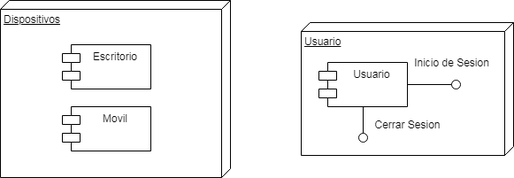
GuillermoSoria97/Analisis_Avanzado_de_Software keeps this draw.io diagram as Diagramas/D.Dis.drawio.png. Above is the earlier version. Source tidied: cells renumbered, new cells last; positions are measured from the earlier drawing's top-left corner, leaving out a move shared by most shapes.
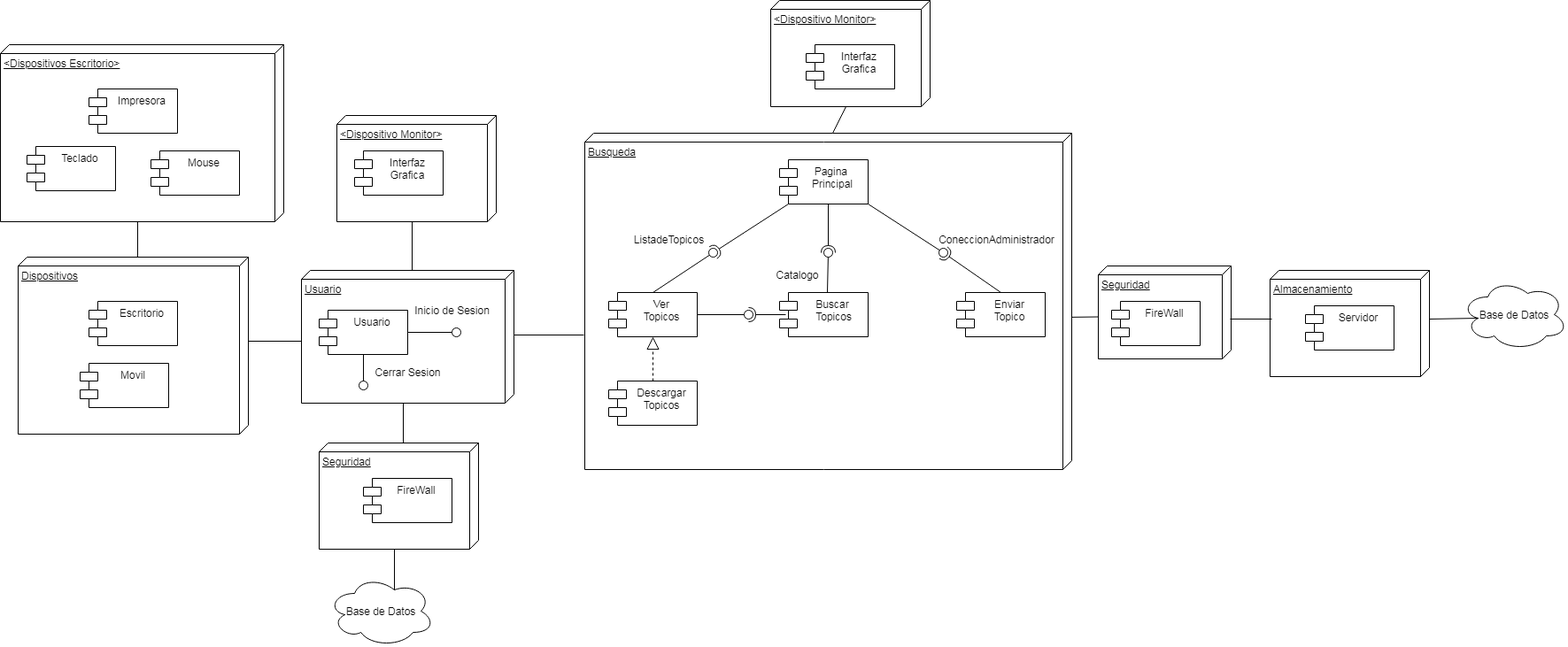
After the commit.

The edit, as a diff of the source:
```diff
@@ -3,7 +3,7 @@
     <mxCell id="0" />
     <mxCell id="1" parent="0" />
     <mxCell id="2" value="Dispositivos" style="verticalAlign=top;align=left;spacingTop=8;spacingLeft=2;spacingRight=12;shape=cube;size=10;direction=south;fontStyle=4;html=1;" parent="1" vertex="1">
-      <mxGeometry width="260" height="200" as="geometry" />
+      <mxGeometry x="20" y="10" width="260" height="200" as="geometry" />
     </mxCell>
     <mxCell id="3" value="Usuario" style="verticalAlign=top;align=left;spacingTop=8;spacingLeft=2;spacingRight=12;shape=cube;size=10;direction=south;fontStyle=4;html=1;" parent="1" vertex="1">
       <mxGeometry x="340" y="25" width="240" height="150" as="geometry" />
@@ -12,10 +12,10 @@
       <mxGeometry x="360" y="70" width="100" height="50" as="geometry" />
     </mxCell>
     <mxCell id="5" value="Escritorio" style="shape=module;align=left;spacingLeft=20;align=center;verticalAlign=top;" parent="1" vertex="1">
-      <mxGeometry x="70" y="50" width="100" height="50" as="geometry" />
+      <mxGeometry x="100" y="60" width="100" height="50" as="geometry" />
     </mxCell>
     <mxCell id="6" value="Movil" style="shape=module;align=left;spacingLeft=20;align=center;verticalAlign=top;" parent="1" vertex="1">
-      <mxGeometry x="70" y="120" width="100" height="50" as="geometry" />
+      <mxGeometry x="90" y="130" width="100" height="50" as="geometry" />
     </mxCell>
     <mxCell id="7" style="rounded=0;jettySize=auto;html=1;endArrow=none;endFill=0;exitX=1;exitY=0.5;exitDx=0;exitDy=0;" parent="1" edge="1" source="4" target="8">
       <mxGeometry relative="1" as="geometry" />
@@ -35,5 +35,153 @@
     <mxCell id="12" value="Cerrar Sesion" style="text;html=1;align=center;verticalAlign=middle;" parent="1" vertex="1">
       <mxGeometry x="415" y="130" width="90" height="20" as="geometry" />
     </mxCell>
+    <mxCell id="13" value="&amp;lt;Dispositivo Monitor&amp;gt;" style="verticalAlign=top;align=left;spacingTop=8;spacingLeft=2;spacingRight=12;shape=cube;size=10;direction=south;fontStyle=4;html=1;" parent="1" vertex="1">
+      <mxGeometry x="380" y="-150" width="180" height="120" as="geometry" />
+    </mxCell>
+    <mxCell id="14" value="Interfaz &#10;Grafica" style="shape=module;align=left;spacingLeft=20;align=center;verticalAlign=top;" parent="1" vertex="1">
+      <mxGeometry x="400" y="-110" width="100" height="50" as="geometry" />
+    </mxCell>
+    <mxCell id="15" style="endArrow=none;html=1;exitX=0;exitY=0;exitDx=0;exitDy=115;exitPerimeter=0;entryX=0;entryY=0;entryDx=120;entryDy=95;entryPerimeter=0;" parent="1" edge="1" source="3" target="13">
+      <mxGeometry relative="1" as="geometry" />
+    </mxCell>
+    <mxCell id="16" style="endArrow=none;html=1;exitX=0;exitY=0;exitDx=95;exitDy=0;exitPerimeter=0;entryX=0;entryY=0;entryDx=80;entryDy=240;entryPerimeter=0;" parent="1" edge="1" source="2" target="3">
+      <mxGeometry relative="1" as="geometry" />
+    </mxCell>
+    <mxCell id="17" value="Busqueda" style="verticalAlign=top;align=left;spacingTop=8;spacingLeft=2;spacingRight=12;shape=cube;size=10;direction=south;fontStyle=4;html=1;" parent="1" vertex="1">
+      <mxGeometry x="660" y="-130" width="550" height="380" as="geometry" />
+    </mxCell>
+    <mxCell id="18" value="Pagina &#10;Principal" style="shape=module;align=left;spacingLeft=20;align=center;verticalAlign=top;" parent="1" vertex="1">
+      <mxGeometry x="880" y="-100" width="100" height="50" as="geometry" />
+    </mxCell>
+    <mxCell id="19" value="Buscar&#10; Topicos" style="shape=module;align=left;spacingLeft=20;align=center;verticalAlign=top;" parent="1" vertex="1">
+      <mxGeometry x="880" y="50" width="100" height="50" as="geometry" />
+    </mxCell>
+    <mxCell id="20" value="Ver&#10;Topicos" style="shape=module;align=left;spacingLeft=20;align=center;verticalAlign=top;" parent="1" vertex="1">
+      <mxGeometry x="687" y="50" width="100" height="50" as="geometry" />
+    </mxCell>
+    <mxCell id="21" value="Enviar&#10;Topico" style="shape=module;align=left;spacingLeft=20;align=center;verticalAlign=top;" parent="1" vertex="1">
+      <mxGeometry x="1080" y="50" width="100" height="50" as="geometry" />
+    </mxCell>
+    <mxCell id="22" value="Descargar&#10;Topicos" style="shape=module;align=left;spacingLeft=20;align=center;verticalAlign=top;" parent="1" vertex="1">
+      <mxGeometry x="687" y="150" width="100" height="50" as="geometry" />
+    </mxCell>
+    <mxCell id="23" style="endArrow=block;dashed=1;endFill=0;endSize=12;html=1;exitX=0.5;exitY=0;exitDx=0;exitDy=0;entryX=0.5;entryY=1;entryDx=0;entryDy=0;" parent="1" edge="1" source="22" target="20">
+      <mxGeometry relative="1" as="geometry" />
+    </mxCell>
+    <mxCell id="24" style="rounded=0;jettySize=auto;html=1;endArrow=none;endFill=0;exitX=0.5;exitY=0;exitDx=0;exitDy=0;" parent="1" edge="1" source="20" target="26">
+      <mxGeometry relative="1" as="geometry" />
+    </mxCell>
+    <mxCell id="25" style="rounded=0;jettySize=auto;html=1;endArrow=halfCircle;endFill=0;entryX=0.5;entryY=0.5;entryDx=0;entryDy=0;endSize=6;strokeWidth=1;exitX=0;exitY=1;exitDx=10;exitDy=0;exitPerimeter=0;" parent="1" edge="1" source="18" target="26">
+      <mxGeometry relative="1" as="geometry" />
+    </mxCell>
+    <mxCell id="26" style="ellipse;whiteSpace=wrap;html=1;fontFamily=Helvetica;fontSize=12;fontColor=#000000;align=center;strokeColor=#000000;fillColor=#ffffff;points=[];" parent="1" vertex="1">
+      <mxGeometry x="800" width="10" height="10" as="geometry" />
+    </mxCell>
+    <mxCell id="27" style="rounded=0;jettySize=auto;html=1;endArrow=none;endFill=0;" parent="1" edge="1" target="29">
+      <mxGeometry relative="1" as="geometry">
+        <mxPoint x="934" y="50" as="sourcePoint" />
+      </mxGeometry>
+    </mxCell>
+    <mxCell id="28" style="rounded=0;jettySize=auto;html=1;endArrow=halfCircle;endFill=0;entryX=0.5;entryY=0.5;entryDx=0;entryDy=0;endSize=6;strokeWidth=1;exitX=0.55;exitY=1;exitDx=0;exitDy=0;exitPerimeter=0;" parent="1" edge="1" source="18" target="29">
+      <mxGeometry relative="1" as="geometry" />
+    </mxCell>
+    <mxCell id="29" style="ellipse;whiteSpace=wrap;html=1;fontFamily=Helvetica;fontSize=12;fontColor=#000000;align=center;strokeColor=#000000;fillColor=#ffffff;points=[];" parent="1" vertex="1">
+      <mxGeometry x="930" width="10" height="10" as="geometry" />
+    </mxCell>
+    <mxCell id="30" style="rounded=0;jettySize=auto;html=1;endArrow=none;endFill=0;exitX=1;exitY=1;exitDx=0;exitDy=0;" parent="1" edge="1" source="18" target="32">
+      <mxGeometry relative="1" as="geometry" />
+    </mxCell>
+    <mxCell id="31" style="rounded=0;jettySize=auto;html=1;endArrow=halfCircle;endFill=0;entryX=0.5;entryY=0.5;entryDx=0;entryDy=0;endSize=6;strokeWidth=1;exitX=0.5;exitY=0;exitDx=0;exitDy=0;" parent="1" edge="1" source="21" target="32">
+      <mxGeometry relative="1" as="geometry" />
+    </mxCell>
+    <mxCell id="32" style="ellipse;whiteSpace=wrap;html=1;fontFamily=Helvetica;fontSize=12;fontColor=#000000;align=center;strokeColor=#000000;fillColor=#ffffff;points=[];" parent="1" vertex="1">
+      <mxGeometry x="1060" width="10" height="10" as="geometry" />
+    </mxCell>
+    <mxCell id="33" value="ConeccionAdministrador" style="text;html=1;align=center;verticalAlign=middle;" parent="1" vertex="1">
+      <mxGeometry x="1050" y="-20" width="150" height="20" as="geometry" />
+    </mxCell>
+    <mxCell id="34" value="Catalogo" style="text;html=1;align=center;verticalAlign=middle;" parent="1" vertex="1">
+      <mxGeometry x="870" y="20" width="60" height="20" as="geometry" />
+    </mxCell>
+    <mxCell id="35" value="ListadeTopicos" style="text;html=1;align=center;verticalAlign=middle;" parent="1" vertex="1">
+      <mxGeometry x="710" y="-20" width="90" height="20" as="geometry" />
+    </mxCell>
+    <mxCell id="36" style="rounded=0;jettySize=auto;html=1;endArrow=none;endFill=0;exitX=1;exitY=0.5;exitDx=0;exitDy=0;" parent="1" edge="1" source="20" target="38">
+      <mxGeometry relative="1" as="geometry" />
+    </mxCell>
+    <mxCell id="37" style="rounded=0;jettySize=auto;html=1;endArrow=halfCircle;endFill=0;entryX=0.5;entryY=0.5;entryDx=0;entryDy=0;endSize=6;strokeWidth=1;exitX=0.07;exitY=0.5;exitDx=0;exitDy=0;exitPerimeter=0;" parent="1" edge="1" source="19" target="38">
+      <mxGeometry relative="1" as="geometry" />
+    </mxCell>
+    <mxCell id="38" style="ellipse;whiteSpace=wrap;html=1;fontFamily=Helvetica;fontSize=12;fontColor=#000000;align=center;strokeColor=#000000;fillColor=#ffffff;points=[];" parent="1" vertex="1">
+      <mxGeometry x="840" y="70" width="10" height="10" as="geometry" />
+    </mxCell>
+    <mxCell id="39" style="endArrow=none;html=1;entryX=0.6;entryY=1.002;entryDx=0;entryDy=0;entryPerimeter=0;" parent="1" edge="1" target="17">
+      <mxGeometry relative="1" as="geometry">
+        <mxPoint x="580" y="98" as="sourcePoint" />
+      </mxGeometry>
+    </mxCell>
+    <mxCell id="40" value="&amp;lt;Dispositivo Monitor&amp;gt;" style="verticalAlign=top;align=left;spacingTop=8;spacingLeft=2;spacingRight=12;shape=cube;size=10;direction=south;fontStyle=4;html=1;" parent="1" vertex="1">
+      <mxGeometry x="870" y="-280" width="180" height="120" as="geometry" />
+    </mxCell>
+    <mxCell id="41" value="Interfaz&#10;Grafica" style="shape=module;align=left;spacingLeft=20;align=center;verticalAlign=top;" parent="1" vertex="1">
+      <mxGeometry x="910" y="-230" width="100" height="50" as="geometry" />
+    </mxCell>
+    <mxCell id="42" value="Almacenamiento" style="verticalAlign=top;align=left;spacingTop=8;spacingLeft=2;spacingRight=12;shape=cube;size=10;direction=south;fontStyle=4;html=1;" parent="1" vertex="1">
+      <mxGeometry x="1434" y="25" width="180" height="120" as="geometry" />
+    </mxCell>
+    <mxCell id="43" value="Base de Datos" style="ellipse;shape=cloud;whiteSpace=wrap;html=1;" parent="1" vertex="1">
+      <mxGeometry x="1650" y="35" width="120" height="80" as="geometry" />
+    </mxCell>
+    <mxCell id="44" value="Servidor" style="shape=module;align=left;spacingLeft=20;align=center;verticalAlign=top;" parent="1" vertex="1">
+      <mxGeometry x="1474" y="65" width="100" height="50" as="geometry" />
+    </mxCell>
+    <mxCell id="45" value="Seguridad" style="verticalAlign=top;align=left;spacingTop=8;spacingLeft=2;spacingRight=12;shape=cube;size=10;direction=south;fontStyle=4;html=1;" parent="1" vertex="1">
+      <mxGeometry x="360" y="220" width="180" height="120" as="geometry" />
+    </mxCell>
+    <mxCell id="46" value="FireWall" style="shape=module;align=left;spacingLeft=20;align=center;verticalAlign=top;" parent="1" vertex="1">
+      <mxGeometry x="410" y="260" width="100" height="50" as="geometry" />
+    </mxCell>
+    <mxCell id="47" value="Base de Datos" style="ellipse;shape=cloud;whiteSpace=wrap;html=1;" parent="1" vertex="1">
+      <mxGeometry x="370" y="370" width="120" height="80" as="geometry" />
+    </mxCell>
+    <mxCell id="48" style="endArrow=none;html=1;entryX=0;entryY=0;entryDx=150;entryDy=125;entryPerimeter=0;exitX=0;exitY=0;exitDx=0;exitDy=85;exitPerimeter=0;" parent="1" edge="1" source="45" target="3">
+      <mxGeometry relative="1" as="geometry" />
+    </mxCell>
+    <mxCell id="49" style="endArrow=none;html=1;entryX=0;entryY=0;entryDx=120;entryDy=95;entryPerimeter=0;exitX=0.625;exitY=0.2;exitDx=0;exitDy=0;exitPerimeter=0;" parent="1" edge="1" source="47" target="45">
+      <mxGeometry relative="1" as="geometry" />
+    </mxCell>
+    <mxCell id="50" value="Seguridad" style="verticalAlign=top;align=left;spacingTop=8;spacingLeft=2;spacingRight=12;shape=cube;size=10;direction=south;fontStyle=4;html=1;" parent="1" vertex="1">
+      <mxGeometry x="1240" y="20" width="150" height="105" as="geometry" />
+    </mxCell>
+    <mxCell id="51" value="FireWall" style="shape=module;align=left;spacingLeft=20;align=center;verticalAlign=top;" parent="1" vertex="1">
+      <mxGeometry x="1255" y="60" width="100" height="50" as="geometry" />
+    </mxCell>
+    <mxCell id="52" style="endArrow=none;html=1;exitX=0.547;exitY=0;exitDx=0;exitDy=0;exitPerimeter=0;entryX=0;entryY=0;entryDx=57.5;entryDy=150;entryPerimeter=0;" parent="1" edge="1" source="17" target="50">
+      <mxGeometry relative="1" as="geometry" />
+    </mxCell>
+    <mxCell id="53" style="endArrow=none;html=1;exitX=0.571;exitY=0.007;exitDx=0;exitDy=0;exitPerimeter=0;entryX=0.458;entryY=0.989;entryDx=0;entryDy=0;entryPerimeter=0;" parent="1" edge="1" source="50" target="42">
+      <mxGeometry relative="1" as="geometry" />
+    </mxCell>
+    <mxCell id="54" style="endArrow=none;html=1;exitX=0;exitY=0;exitDx=55;exitDy=0;exitPerimeter=0;entryX=0.16;entryY=0.55;entryDx=0;entryDy=0;entryPerimeter=0;" parent="1" edge="1" source="42" target="43">
+      <mxGeometry relative="1" as="geometry" />
+    </mxCell>
+    <mxCell id="55" value="&amp;lt;Dispositivos Escritorio&amp;gt;" style="verticalAlign=top;align=left;spacingTop=8;spacingLeft=2;spacingRight=12;shape=cube;size=10;direction=south;fontStyle=4;html=1;" parent="1" vertex="1">
+      <mxGeometry y="-230" width="320" height="200" as="geometry" />
+    </mxCell>
+    <mxCell id="56" value="Teclado" style="shape=module;align=left;spacingLeft=20;align=center;verticalAlign=top;" parent="1" vertex="1">
+      <mxGeometry x="30" y="-115" width="100" height="50" as="geometry" />
+    </mxCell>
+    <mxCell id="57" value="Impresora" style="shape=module;align=left;spacingLeft=20;align=center;verticalAlign=top;" parent="1" vertex="1">
+      <mxGeometry x="100" y="-180" width="100" height="50" as="geometry" />
+    </mxCell>
+    <mxCell id="58" value="Mouse" style="shape=module;align=left;spacingLeft=20;align=center;verticalAlign=top;" parent="1" vertex="1">
+      <mxGeometry x="170" y="-110" width="100" height="50" as="geometry" />
+    </mxCell>
+    <mxCell id="59" style="endArrow=none;html=1;exitX=0;exitY=0;exitDx=0;exitDy=125;exitPerimeter=0;entryX=0;entryY=0;entryDx=200;entryDy=165;entryPerimeter=0;" parent="1" edge="1" source="2" target="55">
+      <mxGeometry relative="1" as="geometry" />
+    </mxCell>
+    <mxCell id="60" style="endArrow=none;html=1;exitX=0;exitY=0;exitDx=0;exitDy=270;exitPerimeter=0;entryX=0;entryY=0;entryDx=120;entryDy=95;entryPerimeter=0;" parent="1" edge="1" source="17" target="40">
+      <mxGeometry relative="1" as="geometry" />
+    </mxCell>
   </root>
 </mxGraphModel>
```
